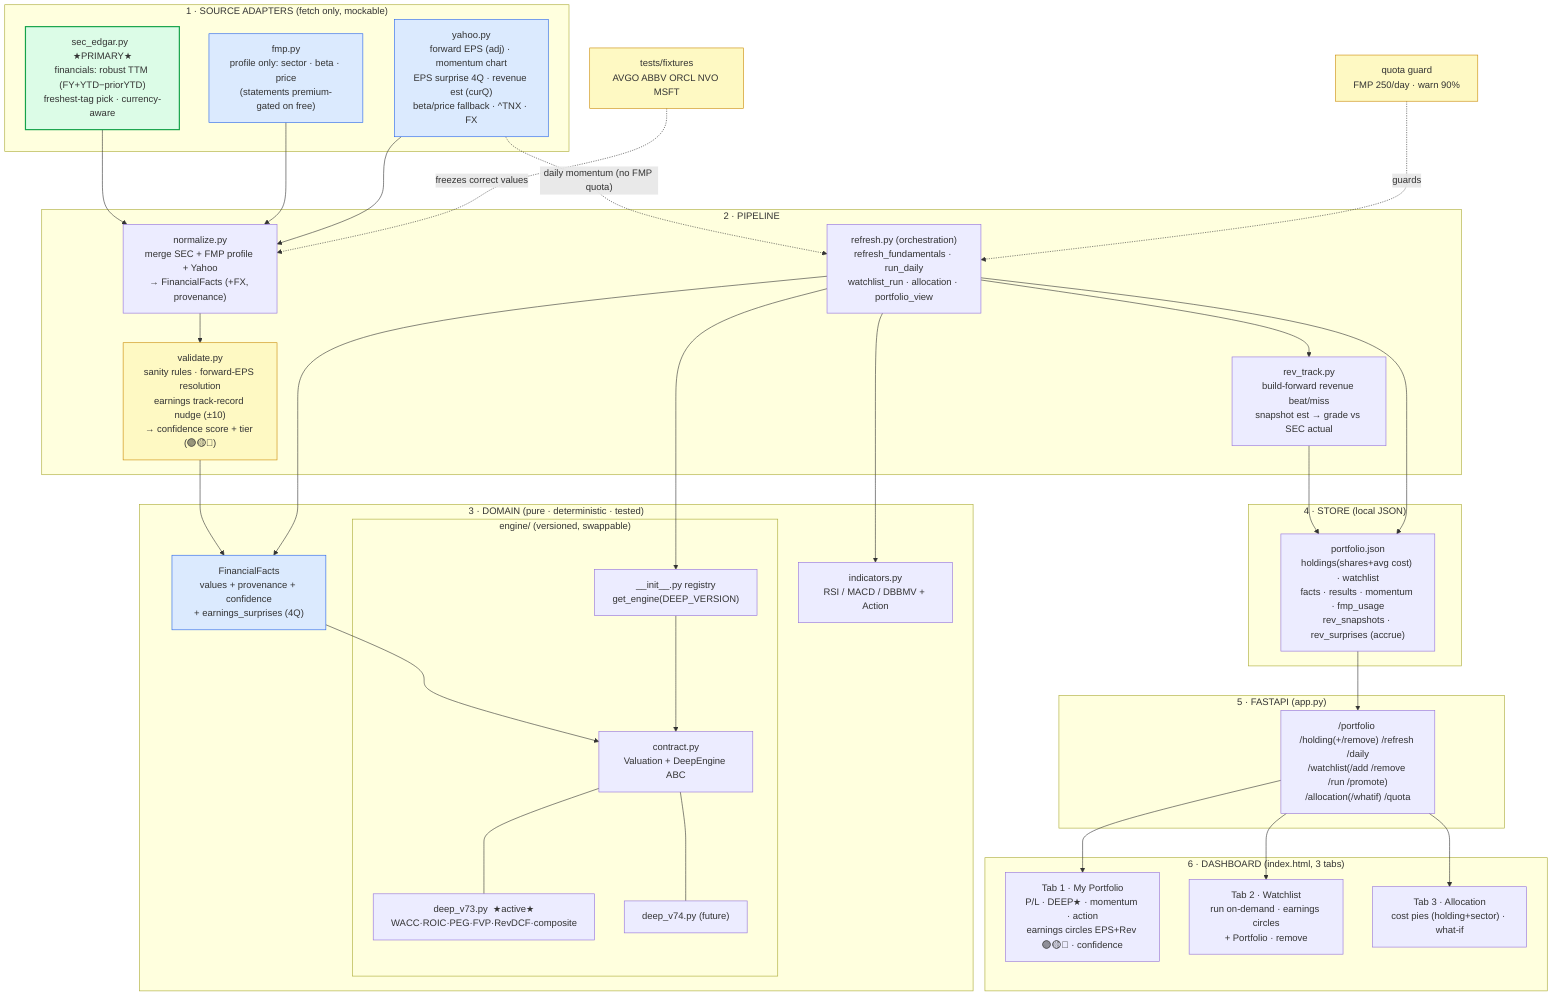
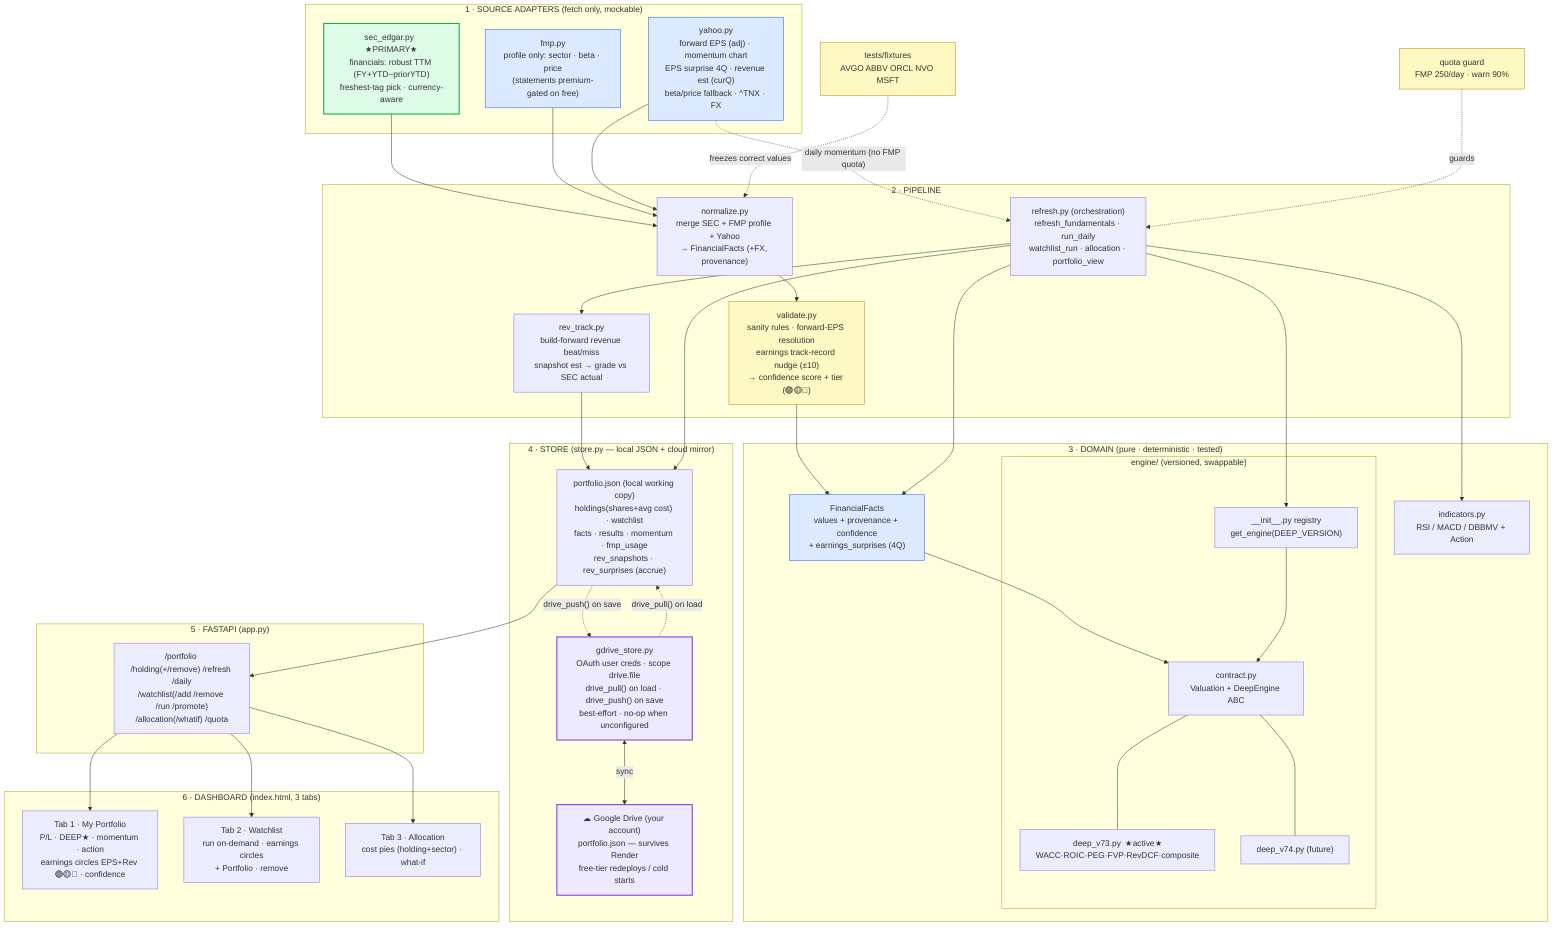
flowchart TD
    subgraph SRC["1 · SOURCE ADAPTERS  (fetch only, mockable)"]
        SEC["sec_edgar.py  ★PRIMARY★<br/>financials: robust TTM (FY+YTD−priorYTD)<br/>freshest-tag pick · currency-aware"]
        FMP["fmp.py<br/>profile only: sector · beta · price<br/>(statements premium-gated on free)"]
        YH["yahoo.py<br/>forward EPS (adj) · momentum chart<br/>EPS surprise 4Q · revenue est (curQ)<br/>beta/price fallback · ^TNX · FX"]
    end

    subgraph PIPE["2 · PIPELINE"]
        NORM["normalize.py<br/>merge SEC + FMP profile + Yahoo<br/>→ FinancialFacts (+FX, provenance)"]
        VAL["validate.py<br/>sanity rules · forward-EPS resolution<br/>earnings track-record nudge (±10)<br/>→ confidence score + tier (🟢🟡🔴)"]
        RT["rev_track.py<br/>build-forward revenue beat/miss<br/>snapshot est → grade vs SEC actual"]
        REF["refresh.py (orchestration)<br/>refresh_fundamentals · run_daily<br/>watchlist_run · allocation · portfolio_view"]
    end

    subgraph DOM["3 · DOMAIN  (pure · deterministic · tested)"]
        FACTS["FinancialFacts<br/>values + provenance + confidence<br/>+ earnings_surprises (4Q)"]
        IND["indicators.py<br/>RSI / MACD / DBBMV + Action"]
        subgraph ENG["engine/  (versioned, swappable)"]
            CON["contract.py<br/>Valuation + DeepEngine ABC"]
            V73["deep_v73.py  ★active★<br/>WACC·ROIC·PEG·FVP·RevDCF·composite"]
            V74["deep_v74.py  (future)"]
            REG["__init__.py registry<br/>get_engine(DEEP_VERSION)"]
        end
    end

-     subgraph STORE["4 · STORE  (local JSON)"]
-         PORT["portfolio.json<br/>holdings(shares+avg cost) · watchlist<br/>facts · results · momentum · fmp_usage<br/>rev_snapshots · rev_surprises (accrue)"]
+     subgraph STORE["4 · STORE  (store.py — local JSON + cloud mirror)"]
+         PORT["portfolio.json (local working copy)<br/>holdings(shares+avg cost) · watchlist<br/>facts · results · momentum · fmp_usage<br/>rev_snapshots · rev_surprises (accrue)"]
+         GD["gdrive_store.py<br/>OAuth user creds · scope drive.file<br/>drive_pull() on load · drive_push() on save<br/>best-effort · no-op when unconfigured"]
+         CLOUD["☁ Google Drive (your account)<br/>portfolio.json — survives Render<br/>free-tier redeploys / cold starts"]
    end

    subgraph API["5 · FASTAPI (app.py)"]
        EP["/portfolio /holding(+/remove) /refresh /daily<br/>/watchlist(/add /remove /run /promote)<br/>/allocation(/whatif) /quota"]
    end

    subgraph UI["6 · DASHBOARD (index.html, 3 tabs)"]
        T1["Tab 1 · My Portfolio<br/>P/L · DEEP★ · momentum · action<br/>earnings circles EPS+Rev 🟢🟡🔴 · confidence"]
        T2["Tab 2 · Watchlist<br/>run on-demand · earnings circles<br/>+ Portfolio · remove"]
        T3["Tab 3 · Allocation<br/>cost pies (holding+sector) · what-if"]
    end

    SEC --> NORM
    FMP --> NORM
    YH --> NORM
    NORM --> VAL --> FACTS
    FACTS --> CON
    CON --- V73
    CON --- V74
    REG --> CON
    REF --> FACTS
    REF --> IND
    REF --> REG
    REF --> RT
    RT --> PORT
    REF --> PORT
    PORT --> EP
+     PORT -. "drive_push() on save" .-> GD
+     GD -. "drive_pull() on load" .-> PORT
+     GD <-->|sync| CLOUD
    EP --> T1
    EP --> T2
    EP --> T3
    YH -. daily momentum (no FMP quota) .-> REF
    QUOTA["quota guard<br/>FMP 250/day · warn 90%"]
    QUOTA -. guards .-> REF
    FIX["tests/fixtures<br/>AVGO ABBV ORCL NVO MSFT"]
    FIX -. freezes correct values .-> NORM

    classDef primary fill:#dcfce7,stroke:#16a34a,stroke-width:2px;
    classDef data fill:#dbeafe,stroke:#2563eb;
    classDef guard fill:#fef9c3,stroke:#ca8a04;
+     classDef cloud fill:#ede9fe,stroke:#7c3aed,stroke-width:2px;
    class SEC primary;
    class FMP,YH,FACTS data;
    class VAL,QUOTA,FIX guard;
+     class GD,CLOUD cloud;
